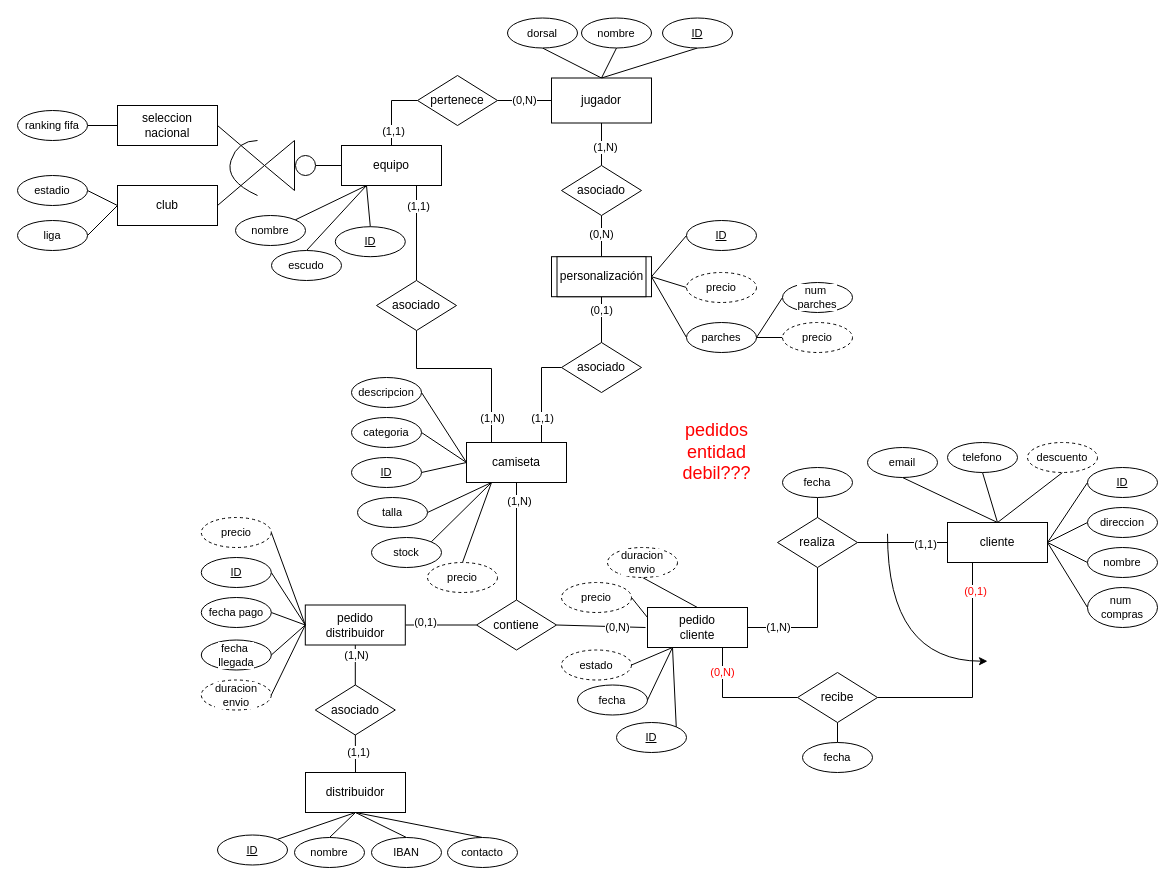
Above: pedidos_camisetas.drawio in Robertpm01/ADBD (draw.io), before the change. Source tidied: cells renumbered, new cells numbered last; positions are measured from the earlier drawing's top-left corner, leaving out a move shared by most shapes. Both pictures are drawn from the tidied source at 100%, with x=0, y=0 at pixel (17, 18).
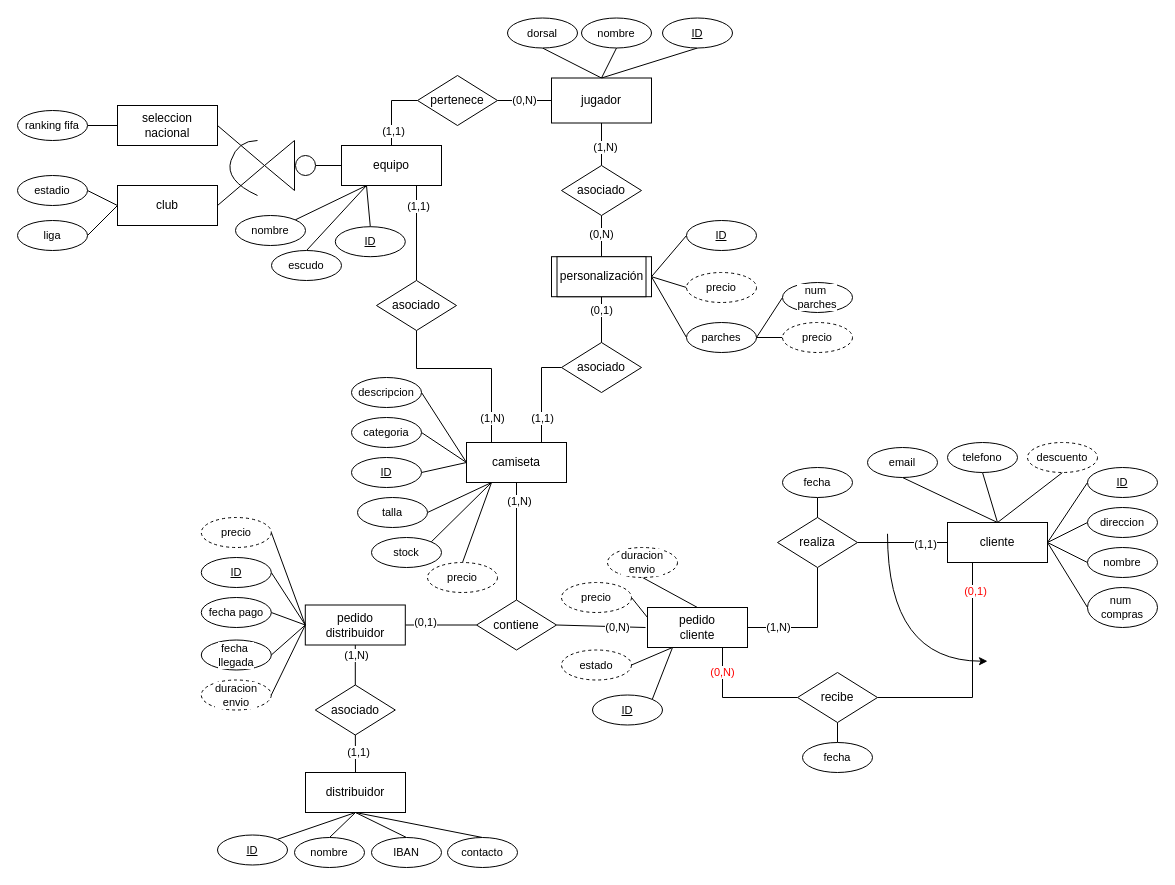
After the change.

Unchanged cells that the change refers to:
```xml
<mxCell id="7" value="pedido&lt;div&gt;cliente&lt;/div&gt;" style="whiteSpace=wrap;html=1;align=center;" parent="1" vertex="1">
  <mxGeometry x="630" y="589" width="100" height="40" as="geometry" />
</mxCell>
```

What changed in the source:
```diff
@@
     <mxCell id="61" value="ID" style="ellipse;whiteSpace=wrap;html=1;align=center;fontStyle=4;fontFamily=Helvetica;fontSize=11;fontColor=default;labelBackgroundColor=default;" parent="1" vertex="1">
-      <mxGeometry x="599" y="704" width="70" height="30" as="geometry" />
+      <mxGeometry x="575" y="676.5" width="70" height="30" as="geometry" />
     </mxCell>
@@
-    <mxCell id="87" style="edgeStyle=none;shape=connector;rounded=0;jettySize=auto;html=1;exitX=1;exitY=0.5;exitDx=0;exitDy=0;entryX=0.25;entryY=1;entryDx=0;entryDy=0;strokeColor=default;align=center;verticalAlign=middle;fontFamily=Helvetica;fontSize=11;fontColor=default;labelBackgroundColor=default;endArrow=none;endFill=0;" parent="1" edge="1" source="88" target="7">
-      <mxGeometry relative="1" as="geometry" />
-    </mxCell>
-    <mxCell id="88" value="fecha" style="ellipse;whiteSpace=wrap;html=1;align=center;fontFamily=Helvetica;fontSize=11;fontColor=default;labelBackgroundColor=default;" parent="1" vertex="1">
-      <mxGeometry x="560" y="666.5" width="70" height="30" as="geometry" />
-    </mxCell>
@@
-    <mxCell id="135" value="&lt;font style=&quot;font-size: 18px;&quot; color=&quot;#ff0000&quot;&gt;pedidos entidad debil???&lt;/font&gt;" style="text;html=1;align=center;verticalAlign=middle;whiteSpace=wrap;rounded=0;fontFamily=Helvetica;fontSize=11;fontColor=default;labelBackgroundColor=default;" parent="1" vertex="1">
-      <mxGeometry x="659" y="404" width="81" height="60" as="geometry" />
-    </mxCell>
```
